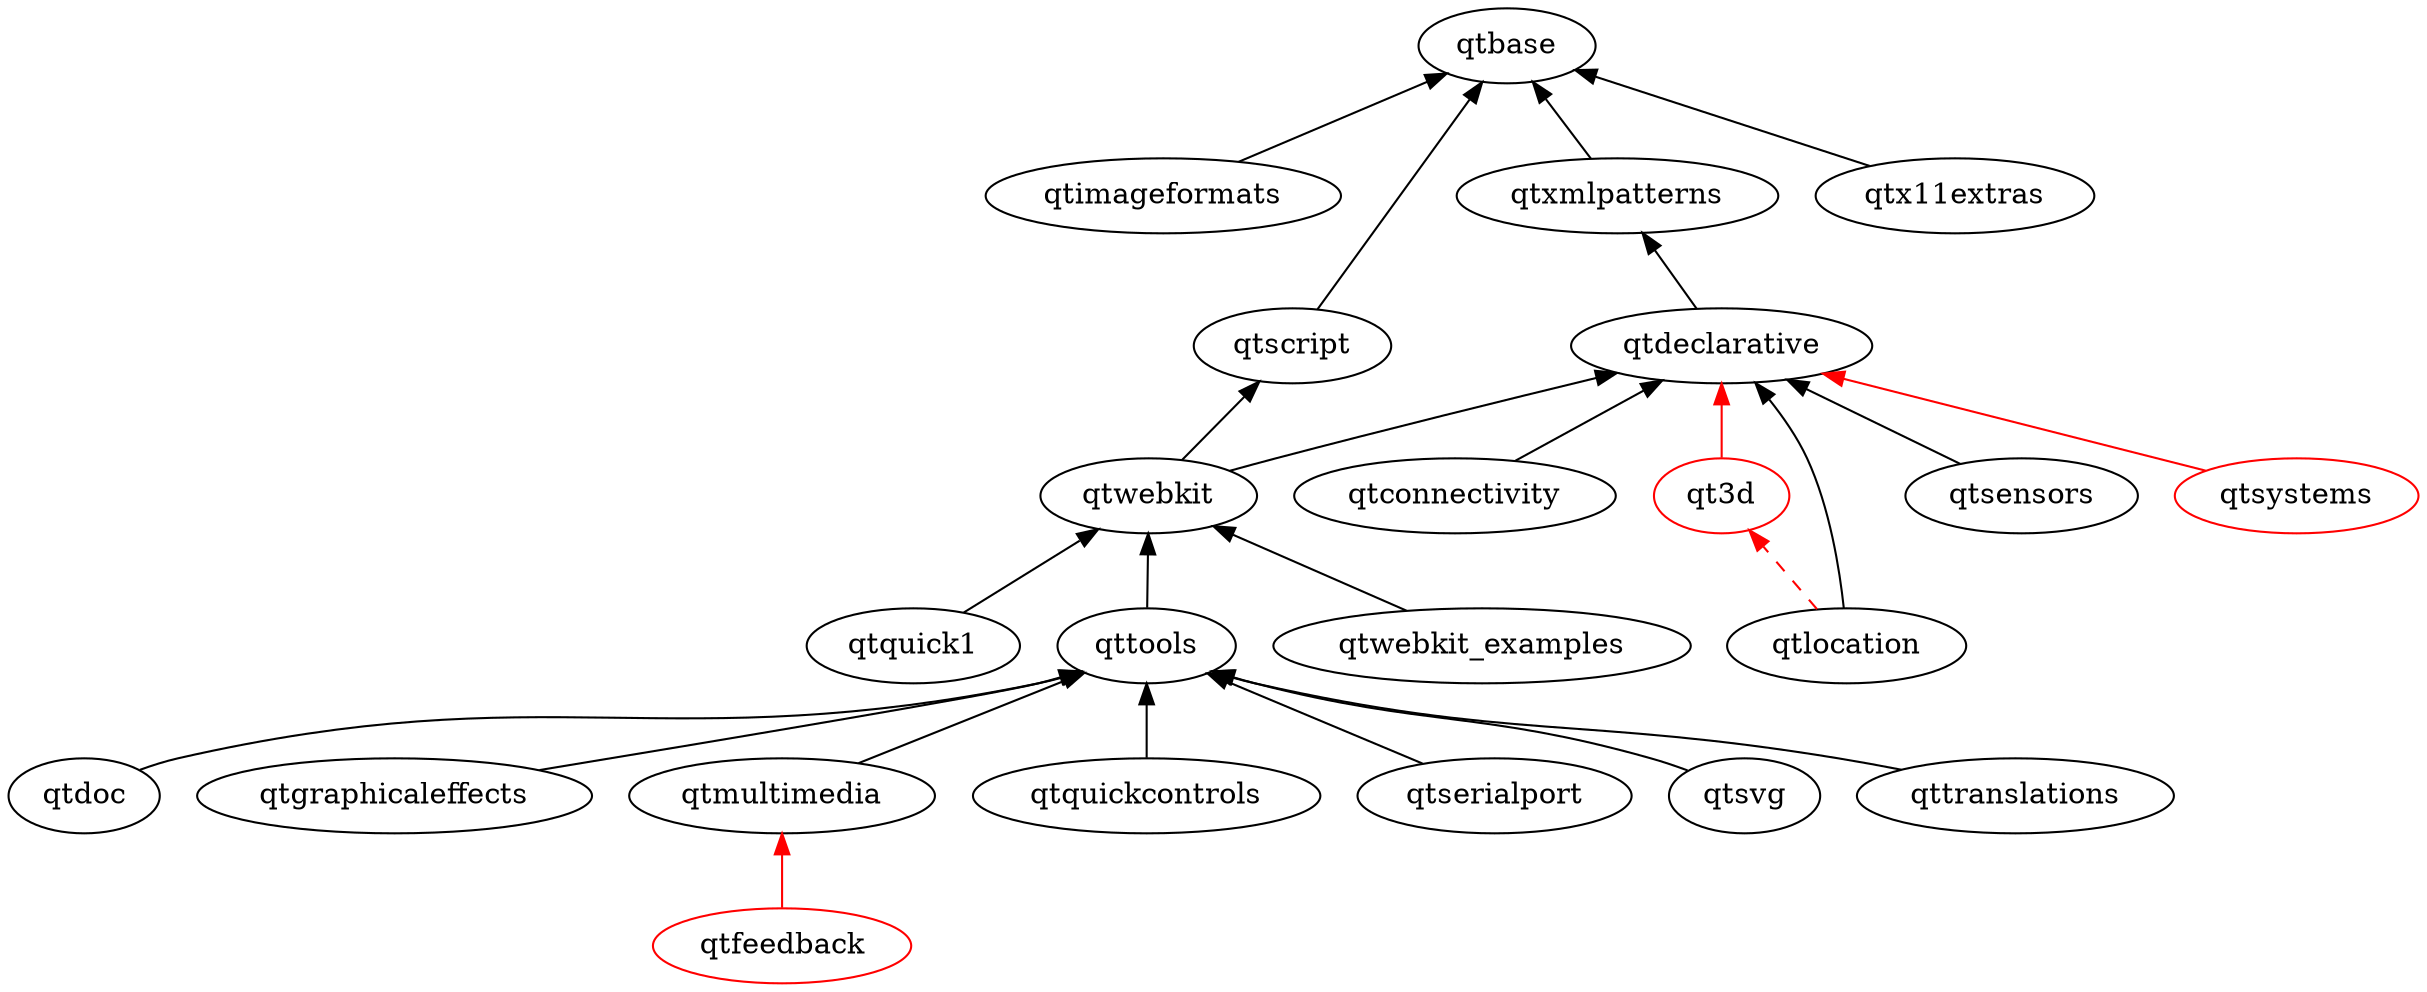
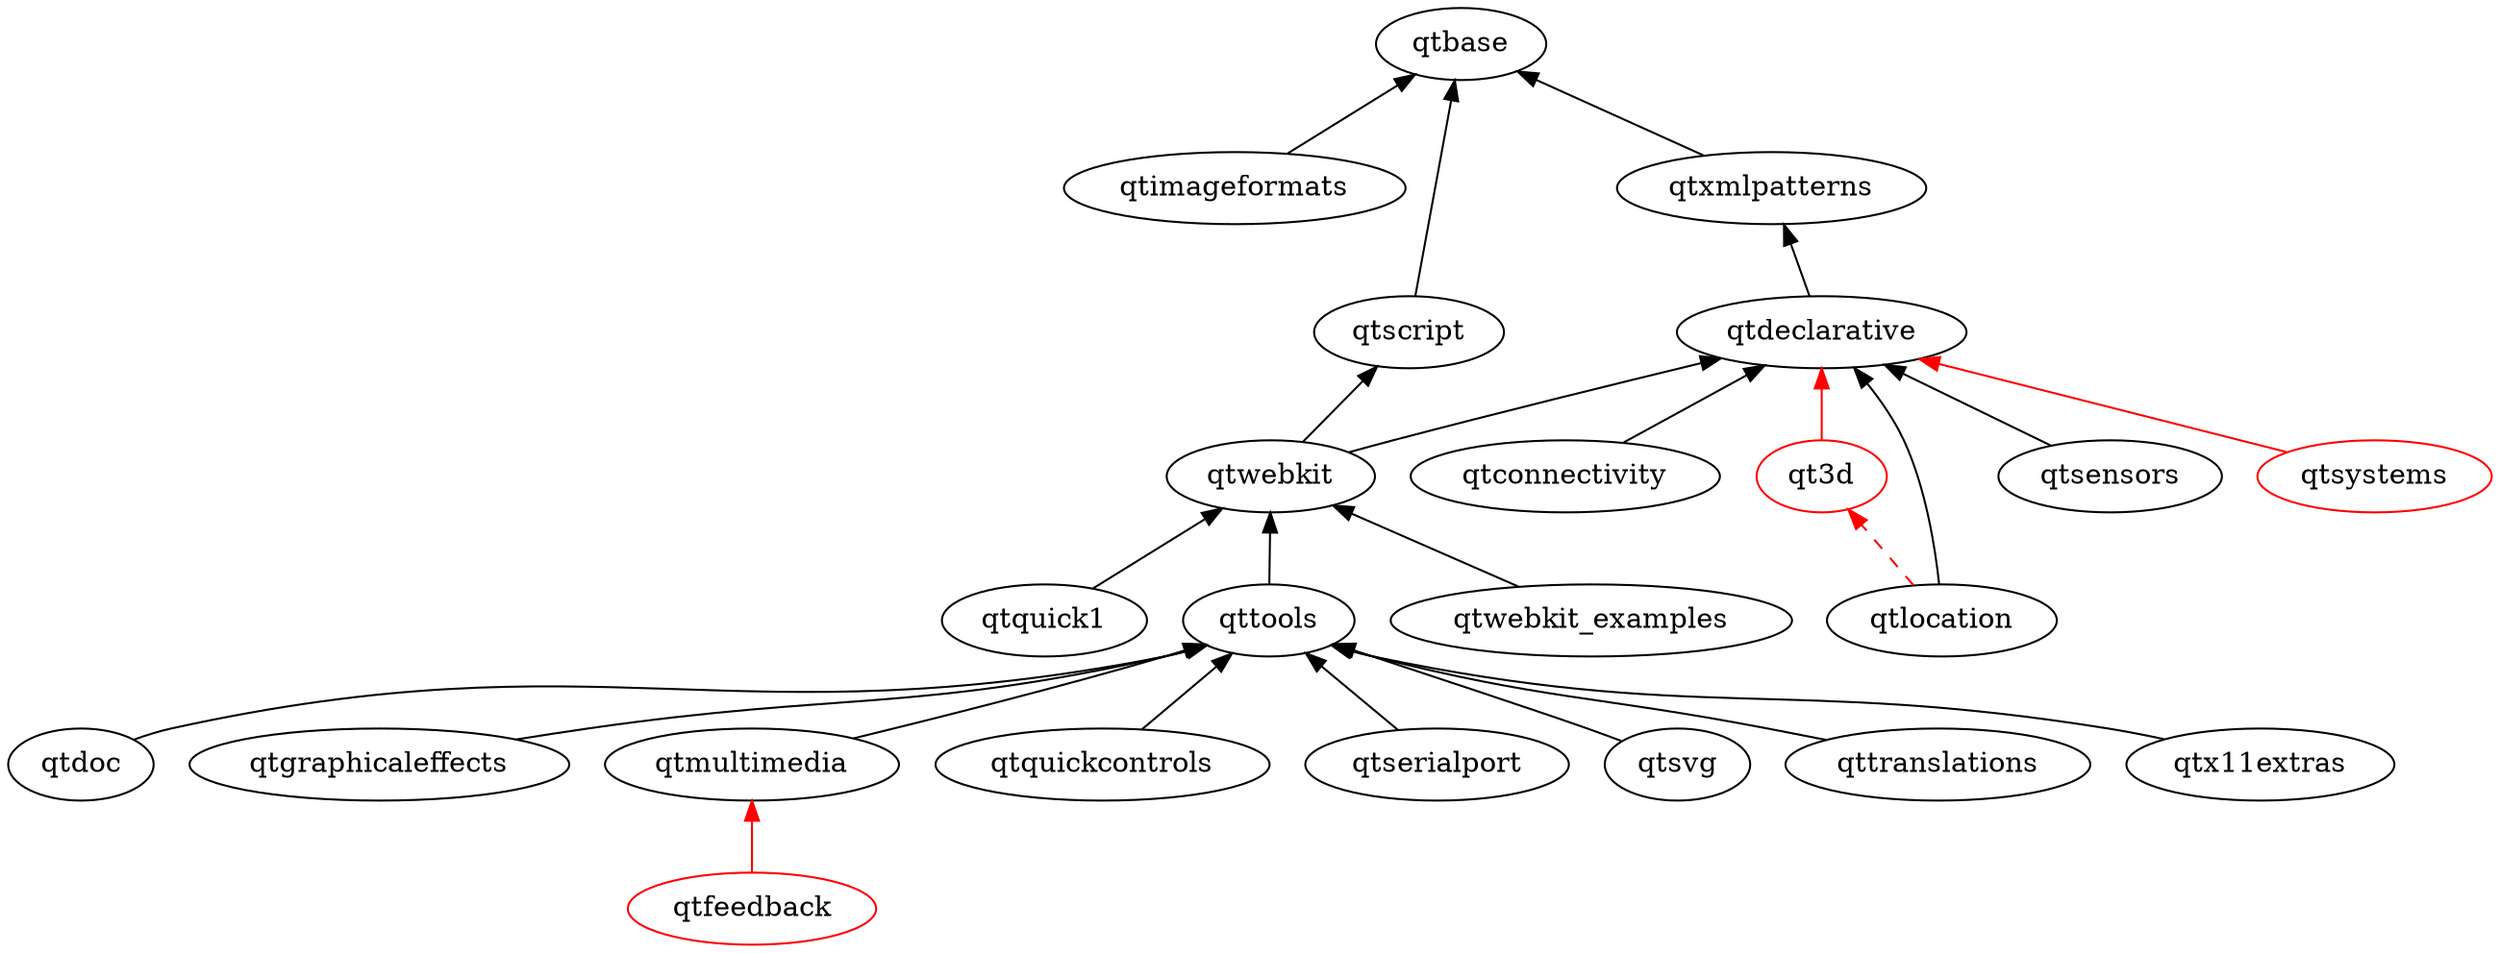
digraph qt5 {
  graph [
    rankdir = "BT"
  ]

  qt3d [ color = red ]
  qtbase
  qtconnectivity
  qtdeclarative
  qtdoc
  qtfeedback [ color = red ]
  qtgraphicaleffects
  qtimageformats
  qtlocation
  qtmultimedia
  qtquick1
  qtquickcontrols
  qtscript
  qtsensors
  qtserialport
  qtsvg
  qtsystems [ color = red ]
  qttools
  qttranslations
  qtwebkit
  qtwebkit_examples
  qtx11extras
  qtxmlpatterns

  qtconnectivity -> qtdeclarative
  qtdeclarative -> qtxmlpatterns
  qtdoc -> qttools
  qtgraphicaleffects -> qttools
  qtimageformats -> qtbase
  qtmultimedia -> qttools
  qtquick1 -> qtwebkit
  qtquickcontrols -> qttools
  qtsensors -> qtdeclarative
  qtserialport -> qttools
  qtscript -> qtbase
  qtsvg -> qttools
  qttools -> qtwebkit
  qttranslations -> qttools
  qtwebkit -> qtscript
  qtwebkit -> qtdeclarative
  qtwebkit_examples -> qtwebkit
-   qtx11extras -> qtbase
+   qtx11extras -> qttools
  qtxmlpatterns -> qtbase

  // unsure/not-uploaded
  qt3d -> qtdeclarative [ color = red ]
  qtfeedback -> qtmultimedia [ color = red ]
  qtlocation -> qt3d [color = red style = dashed]
  qtlocation -> qtdeclarative
  qtsystems -> qtdeclarative [ color = red ]
}
